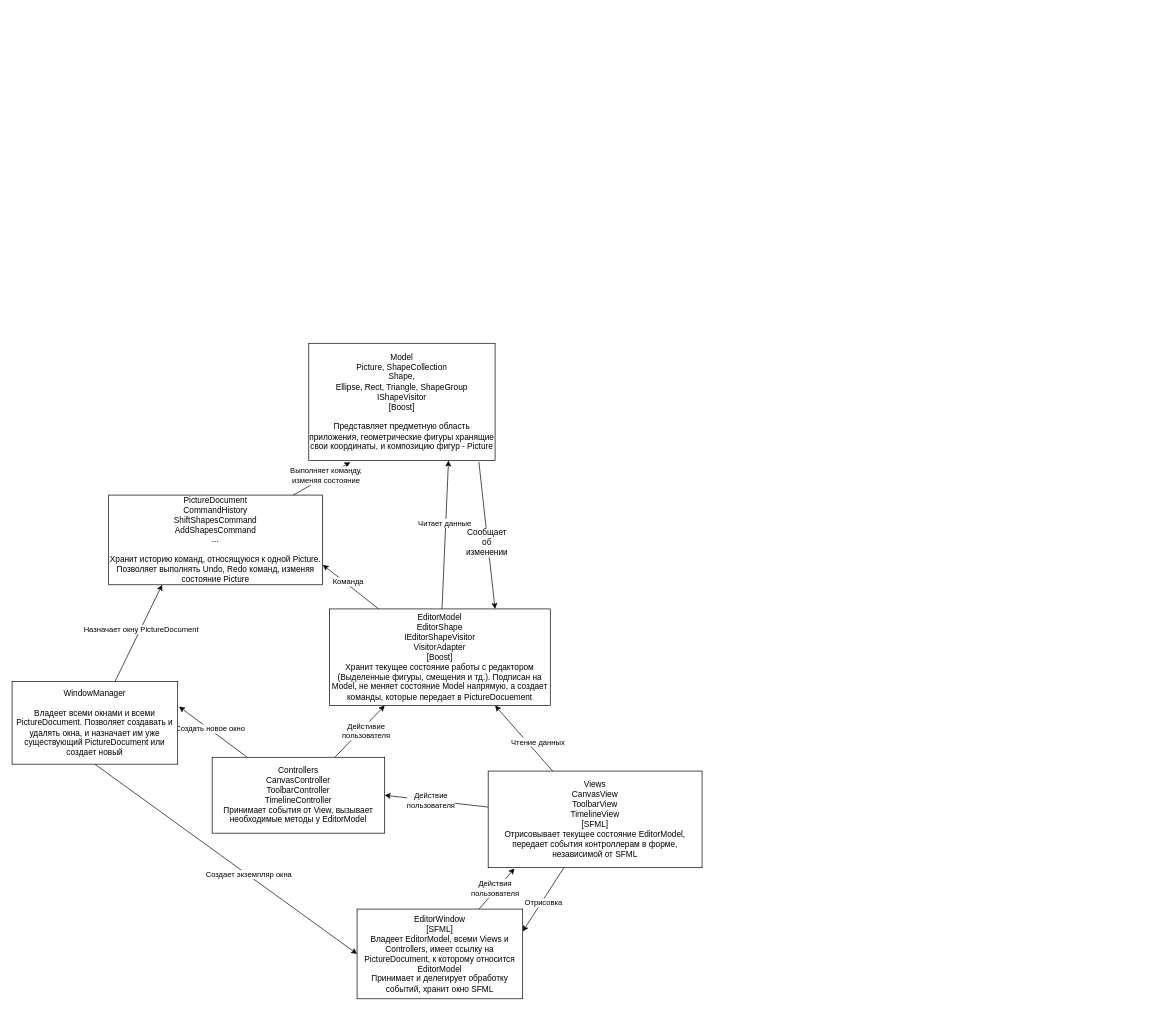
MrTorD/ood keeps this draw.io diagram as lw6/guiShapesDesign.drawio. Above is the earlier version. Source tidied: cells renumbered, new cells numbered last; positions are measured from the earlier drawing's top-left corner, leaving out a move shared by most shapes. Both pictures are drawn from the tidied source at 69%, with x=0, y=0 at pixel (12, 343).
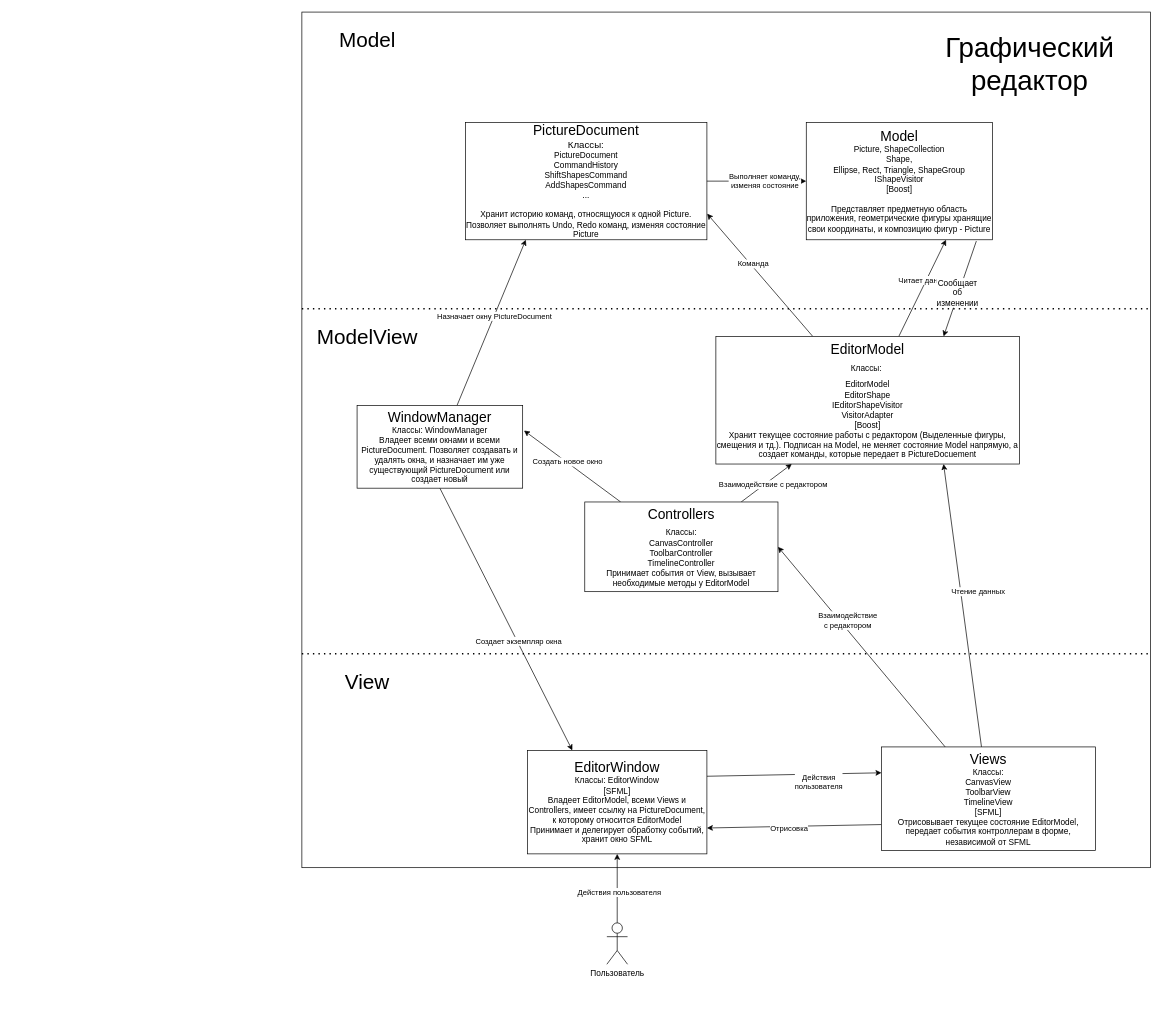
Above is the later version.

The change refers to these unchanged cells:
```xml
<mxCell id="15" style="rounded=0;jettySize=auto;html=1;entryX=1;entryY=0.5;entryDx=0;entryDy=0;defaultLabelBackgroundColor=page;labelPadding=0 4;" parent="1" edge="1" source="17" target="22">
  <mxGeometry relative="1" as="geometry" />
</mxCell>
<mxCell id="20" style="rounded=0;jettySize=auto;html=1;entryX=0.25;entryY=1;entryDx=0;entryDy=0;defaultLabelBackgroundColor=page;labelPadding=0 4;" parent="1" edge="1" source="22" target="7">
  <mxGeometry relative="1" as="geometry" />
</mxCell>
```

What changed in the source:
```diff
@@
+    <mxCell id="33" style="rounded=0;whiteSpace=wrap;html=1;" parent="1" vertex="1">
+      <mxGeometry x="420" y="-480" width="1230" height="1240" as="geometry" />
+    </mxCell>
-    <mxCell id="2" value="PictureDocument&lt;br&gt;CommandHistory&lt;br&gt;ShiftShapesCommand&lt;br&gt;AddShapesCommand&lt;div&gt;...&lt;br&gt;&lt;br&gt;Хранит историю команд, относящуюся к одной Picture. Позволяет выполнять Undo, Redo команд, изменяя состояние Picture&lt;/div&gt;" style="rounded=0;whiteSpace=wrap;html=1;" parent="1" vertex="1">
-      <mxGeometry x="140" y="220" width="310" height="130" as="geometry" />
+    <mxCell id="2" value="&lt;font style=&quot;font-size: 20px;&quot;&gt;PictureDocument&lt;/font&gt;&lt;div&gt;&lt;span style=&quot;font-size: 14px;&quot;&gt;Классы:&lt;br&gt;&lt;/span&gt;&lt;div&gt;PictureDocument&lt;br&gt;CommandHistory&lt;br&gt;ShiftShapesCommand&lt;br&gt;AddShapesCommand&lt;div&gt;...&lt;br&gt;&lt;br&gt;Хранит историю команд, относящуюся к одной Picture. Позволяет выполнять Undo, Redo команд, изменяя состояние Picture&lt;/div&gt;&lt;/div&gt;&lt;/div&gt;" style="rounded=0;whiteSpace=wrap;html=1;" parent="1" vertex="1">
+      <mxGeometry x="657" y="-320" width="350" height="170" as="geometry" />
     </mxCell>
@@
-    <mxCell id="7" value="EditorModel&lt;br&gt;EditorShape&lt;br&gt;IEditorShapeVisitor&lt;br&gt;VisitorAdapter&lt;div&gt;[Boost]&lt;br&gt;Хранит текущее состояние работы с редактором (Выделенные фигуры, смещения и тд.). Подписан на Model, не меняет состояние Model напрямую, а создает команды, которые передает в PictureDocuement&lt;/div&gt;" style="rounded=0;whiteSpace=wrap;html=1;" parent="1" vertex="1">
-      <mxGeometry x="460" y="385" width="320" height="140" as="geometry" />
+    <mxCell id="7" value="&lt;font style=&quot;font-size: 20px;&quot;&gt;EditorModel&lt;br&gt;&lt;span style=&quot;font-size: 12px;&quot;&gt;Классы:&amp;nbsp;&lt;/span&gt;&lt;/font&gt;&lt;div&gt;&lt;font style=&quot;font-size: 20px;&quot;&gt;&lt;span style=&quot;font-size: 12px;&quot;&gt;EditorModel&lt;/span&gt;&lt;br&gt;&lt;/font&gt;EditorShape&lt;br&gt;IEditorShapeVisitor&lt;br&gt;VisitorAdapter&lt;div&gt;[Boost]&lt;br&gt;Хранит текущее состояние работы с редактором (Выделенные фигуры, смещения и тд.). Подписан на Model, не меняет состояние Model напрямую, а создает команды, которые передает в PictureDocuement&lt;/div&gt;&lt;/div&gt;" style="rounded=0;whiteSpace=wrap;html=1;" parent="1" vertex="1">
+      <mxGeometry x="1020" y="-10" width="440" height="185" as="geometry" />
     </mxCell>
@@
-    <mxCell id="10" value="Model&lt;br&gt;Picture, ShapeCollection&lt;br&gt;Shape,&lt;br&gt;Ellipse, Rect, Triangle, ShapeGroup&lt;br&gt;IShapeVisitor&lt;div&gt;[Boost]&lt;br&gt;&lt;br&gt;Представляет предметную область приложения, геометрические фигуры хранящие свои координаты, и композицию фигур - Picture&lt;/div&gt;" style="rounded=0;whiteSpace=wrap;html=1;" parent="1" vertex="1">
-      <mxGeometry x="430" width="270" height="170" as="geometry" />
+    <mxCell id="10" value="&lt;font style=&quot;font-size: 20px;&quot;&gt;Model&lt;/font&gt;&lt;br&gt;Picture, ShapeCollection&lt;br&gt;Shape,&lt;br&gt;Ellipse, Rect, Triangle, ShapeGroup&lt;br&gt;IShapeVisitor&lt;div&gt;[Boost]&lt;br&gt;&lt;br&gt;Представляет предметную область приложения, геометрические фигуры хранящие свои координаты, и композицию фигур - Picture&lt;/div&gt;" style="rounded=0;whiteSpace=wrap;html=1;" parent="1" vertex="1">
+      <mxGeometry x="1151" y="-320" width="270" height="170" as="geometry" />
     </mxCell>
@@
-    <mxCell id="13" style="rounded=0;jettySize=auto;html=1;entryX=1;entryY=0.25;entryDx=0;entryDy=0;defaultLabelBackgroundColor=page;labelPadding=0 4;" parent="1" edge="1" source="17" target="30">
+    <mxCell id="13" style="rounded=0;jettySize=auto;html=1;entryX=1;entryY=0.75;entryDx=0;entryDy=0;defaultLabelBackgroundColor=page;labelPadding=0 4;exitX=0;exitY=0.75;exitDx=0;exitDy=0;" parent="1" edge="1" source="17" target="30">
       <mxGeometry relative="1" as="geometry" />
     </mxCell>
@@
-    <mxCell id="16" value="Действие &lt;br&gt;пользователя" style="edgeLabel;html=1;align=center;verticalAlign=middle;inheritText=1;defaultLabelBackgroundColor=page;labelPadding=0 4;" parent="15" vertex="1">
+    <mxCell id="16" value="Взаимодействие&lt;br&gt;с редактором" style="edgeLabel;html=1;align=center;verticalAlign=middle;inheritText=1;defaultLabelBackgroundColor=page;labelPadding=0 4;" parent="15" vertex="1">
       <mxGeometry x="0.27" relative="1" as="geometry">
         <mxPoint x="12" y="1" as="offset" />
       </mxGeometry>
     </mxCell>
-    <mxCell id="17" value="Views&lt;br&gt;CanvasView&lt;br&gt;ToolbarView&lt;br&gt;TimelineView&lt;div&gt;[SFML]&lt;br&gt;Отрисовывает текущее состояние EditorModel, передает события контроллерам в форме, независимой от SFML&lt;/div&gt;" style="rounded=0;whiteSpace=wrap;html=1;" parent="1" vertex="1">
-      <mxGeometry x="690" y="620" width="310" height="140" as="geometry" />
+    <mxCell id="17" value="&lt;font style=&quot;&quot;&gt;&lt;span style=&quot;font-size: 20px;&quot;&gt;Views&lt;/span&gt;&lt;br&gt;&lt;font&gt;Классы:&lt;/font&gt;&lt;br&gt;&lt;/font&gt;CanvasView&lt;br&gt;ToolbarView&lt;br&gt;TimelineView&lt;div&gt;[SFML]&lt;br&gt;Отрисовывает текущее состояние EditorModel, передает события контроллерам в форме, независимой от SFML&lt;/div&gt;" style="rounded=0;whiteSpace=wrap;html=1;" parent="1" vertex="1">
+      <mxGeometry x="1260" y="585" width="310" height="150" as="geometry" />
     </mxCell>
@@
-    <mxCell id="21" value="Дейстивие&lt;br&gt;пользователя" style="edgeLabel;html=1;align=center;verticalAlign=middle;inheritText=1;defaultLabelBackgroundColor=page;labelPadding=0 4;" parent="20" vertex="1">
+    <mxCell id="21" value="Взаимодействие с редактором" style="edgeLabel;html=1;align=center;verticalAlign=middle;inheritText=1;defaultLabelBackgroundColor=page;labelPadding=0 4;" parent="20" vertex="1">
       <mxGeometry x="0.29" y="3" relative="1" as="geometry">
         <mxPoint y="12" as="offset" />
       </mxGeometry>
     </mxCell>
-    <mxCell id="22" value="Controllers&lt;br&gt;CanvasController&lt;br&gt;ToolbarController&lt;br&gt;TimelineController&lt;div&gt;Принимает события от View, вызывает необходимые методы у EditorModel&lt;/div&gt;" style="rounded=0;whiteSpace=wrap;html=1;" parent="1" vertex="1">
-      <mxGeometry x="290" y="600" width="250" height="110" as="geometry" />
+    <mxCell id="22" value="&lt;font style=&quot;font-size: 20px;&quot;&gt;Controllers&lt;/font&gt;&lt;div&gt;Классы:&lt;span style=&quot;font-size: 20px;&quot;&gt;&lt;br&gt;&lt;/span&gt;CanvasController&lt;br&gt;ToolbarController&lt;br&gt;TimelineController&lt;div&gt;Принимает события от View, вызывает необходимые методы у EditorModel&lt;/div&gt;&lt;/div&gt;" style="rounded=0;whiteSpace=wrap;html=1;" parent="1" vertex="1">
+      <mxGeometry x="830" y="230" width="280" height="130" as="geometry" />
     </mxCell>
-    <mxCell id="23" style="rounded=0;jettySize=auto;html=1;entryX=0;entryY=0.5;entryDx=0;entryDy=0;defaultLabelBackgroundColor=page;labelPadding=0 4;exitX=0.5;exitY=1;exitDx=0;exitDy=0;" parent="1" edge="1" source="27" target="30">
+    <mxCell id="23" style="rounded=0;jettySize=auto;html=1;entryX=0.25;entryY=0;entryDx=0;entryDy=0;defaultLabelBackgroundColor=page;labelPadding=0 4;exitX=0.5;exitY=1;exitDx=0;exitDy=0;" parent="1" edge="1" source="27" target="30">
       <mxGeometry relative="1" as="geometry" />
     </mxCell>
@@
-    <mxCell id="27" value="WindowManager&lt;br&gt;&lt;br&gt;Владеет всеми окнами и всеми PictureDocument. Позволяет создавать и удалять окна, и назначает им уже существующий PictureDocument или создает новый" style="rounded=0;whiteSpace=wrap;html=1;" parent="1" vertex="1">
-      <mxGeometry y="490" width="240" height="120" as="geometry" />
+    <mxCell id="27" value="&lt;font style=&quot;font-size: 20px;&quot;&gt;WindowManager&lt;/font&gt;&lt;br&gt;Классы: WindowManager&lt;br&gt;Владеет всеми окнами и всеми PictureDocument. Позволяет создавать и удалять окна, и назначает им уже существующий PictureDocument или создает новый" style="rounded=0;whiteSpace=wrap;html=1;" parent="1" vertex="1">
+      <mxGeometry x="500" y="90" width="240" height="120" as="geometry" />
     </mxCell>
-    <mxCell id="28" style="rounded=0;jettySize=auto;html=1;entryX=0.123;entryY=1.008;entryDx=0;entryDy=0;defaultLabelBackgroundColor=page;labelPadding=0 4;entryPerimeter=0;" parent="1" edge="1" source="30" target="17">
+    <mxCell id="28" style="rounded=0;jettySize=auto;html=1;entryX=0;entryY=0.25;entryDx=0;entryDy=0;defaultLabelBackgroundColor=page;labelPadding=0 4;exitX=1;exitY=0.25;exitDx=0;exitDy=0;" parent="1" edge="1" source="30" target="17">
       <mxGeometry relative="1" as="geometry" />
     </mxCell>
@@
-    <mxCell id="30" value="EditorWindow&lt;br&gt;[SFML]&lt;br&gt;Владеет EditorModel, всеми Views и Controllers, имеет ссылку на PictureDocument, к которому относится EditorModel&lt;br&gt;Принимает и делегирует обработку событий, хранит окно SFML" style="rounded=0;whiteSpace=wrap;html=1;" parent="1" vertex="1">
-      <mxGeometry x="500" y="820" width="240" height="130" as="geometry" />
+    <mxCell id="30" value="&lt;font style=&quot;font-size: 20px;&quot;&gt;EditorWindow&lt;br&gt;&lt;/font&gt;Классы: EditorWindow&lt;br&gt;[SFML]&lt;br&gt;Владеет EditorModel, всеми Views и Controllers, имеет ссылку на PictureDocument, к которому относится EditorModel&lt;br&gt;Принимает и делегирует обработку событий, хранит окно SFML" style="rounded=0;whiteSpace=wrap;html=1;" parent="1" vertex="1">
+      <mxGeometry x="747" y="590" width="260" height="150" as="geometry" />
     </mxCell>
-    <mxCell id="31" style="rounded=0;jettySize=auto;html=1;entryX=0.223;entryY=1.014;entryDx=0;entryDy=0;entryPerimeter=0;defaultLabelBackgroundColor=page;labelPadding=0 4;" parent="1" edge="1" source="2" target="10">
+    <mxCell id="31" style="rounded=0;jettySize=auto;html=1;entryX=0;entryY=0.5;entryDx=0;entryDy=0;defaultLabelBackgroundColor=page;labelPadding=0 4;" parent="1" edge="1" source="2" target="10">
       <mxGeometry relative="1" as="geometry" />
     </mxCell>
@@
+    <mxCell id="34" value="&lt;font style=&quot;font-size: 40px;&quot;&gt;Графический редактор&lt;/font&gt;" style="text;html=1;whiteSpace=wrap;strokeColor=none;fillColor=none;align=center;verticalAlign=middle;rounded=0;" parent="1" vertex="1">
+      <mxGeometry x="1320" y="-460" width="310" height="110" as="geometry" />
+    </mxCell>
+    <mxCell id="35" value="Пользователь" style="shape=umlActor;verticalLabelPosition=bottom;verticalAlign=top;html=1;outlineConnect=0;labelPerimeter=1;" parent="1" vertex="1">
+      <mxGeometry x="862" y="840" width="30" height="60" as="geometry" />
+    </mxCell>
+    <mxCell id="36" style="endArrow=classic;html=1;rounded=0;defaultLabelBackgroundColor=page;labelPadding=0 4;entryX=0.5;entryY=1;entryDx=0;entryDy=0;exitX=0.5;exitY=0;exitDx=0;exitDy=0;exitPerimeter=0;" parent="1" edge="1" source="35" target="30">
+      <mxGeometry relative="1" as="geometry" />
+    </mxCell>
+    <mxCell id="37" value="Действия пользователя" style="edgeLabel;html=1;align=center;verticalAlign=middle;inheritText=1;defaultLabelBackgroundColor=page;labelPadding=0 4;" parent="36" vertex="1">
+      <mxGeometry x="-0.1" y="-2" relative="1" as="geometry" />
+    </mxCell>
+    <mxCell id="38" style="endArrow=none;dashed=1;html=1;dashPattern=1 3;strokeWidth=2;rounded=0;defaultLabelBackgroundColor=page;labelPadding=0 4;exitX=0;exitY=0.75;exitDx=0;exitDy=0;entryX=1;entryY=0.75;entryDx=0;entryDy=0;" parent="1" edge="1" source="33" target="33">
+      <mxGeometry relative="1" as="geometry" />
+    </mxCell>
+    <mxCell id="39" value="&lt;font style=&quot;font-size: 30px;&quot;&gt;View&lt;/font&gt;" style="text;html=1;whiteSpace=wrap;strokeColor=none;fillColor=none;align=center;verticalAlign=middle;rounded=0;" parent="1" vertex="1">
+      <mxGeometry x="420" y="450" width="190" height="80" as="geometry" />
+    </mxCell>
+    <mxCell id="40" style="endArrow=none;dashed=1;html=1;dashPattern=1 3;strokeWidth=2;rounded=0;defaultLabelBackgroundColor=page;labelPadding=0 4;exitX=0;exitY=0.75;exitDx=0;exitDy=0;entryX=1;entryY=0.75;entryDx=0;entryDy=0;" parent="1" edge="1">
+      <mxGeometry relative="1" as="geometry">
+        <mxPoint x="420" y="-50" as="sourcePoint" />
+        <mxPoint x="1650" y="-50" as="targetPoint" />
+      </mxGeometry>
+    </mxCell>
+    <mxCell id="41" value="&lt;font style=&quot;font-size: 30px;&quot;&gt;ModelView&lt;/font&gt;" style="text;html=1;whiteSpace=wrap;strokeColor=none;fillColor=none;align=center;verticalAlign=middle;rounded=0;" parent="1" vertex="1">
+      <mxGeometry x="420" y="-50" width="190" height="80" as="geometry" />
+    </mxCell>
+    <mxCell id="42" value="&lt;font style=&quot;font-size: 30px;&quot;&gt;Model&lt;/font&gt;" style="text;html=1;whiteSpace=wrap;strokeColor=none;fillColor=none;align=center;verticalAlign=middle;rounded=0;" parent="1" vertex="1">
+      <mxGeometry x="420" y="-480" width="190" height="80" as="geometry" />
+    </mxCell>
```
